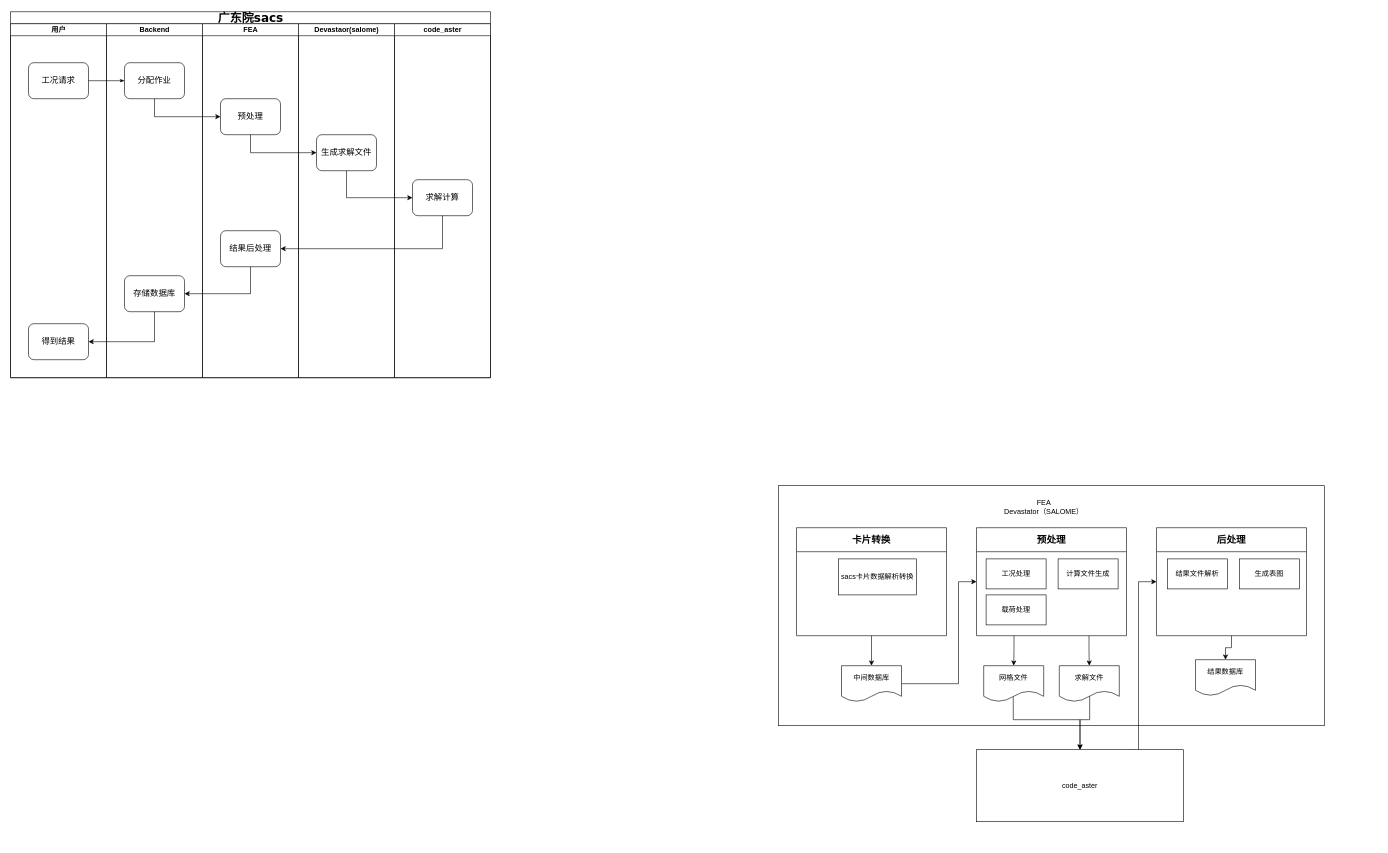
Harekaze-Misakiakeno/uml keeps this draw.io diagram as gdy_流程.drawio. Above is the earlier version. Source tidied: cells renumbered, new cells numbered last; positions are measured from the earlier drawing's top-left corner, leaving out a move shared by most shapes. Both pictures are drawn from the tidied source at 60%, with x=0, y=0 at pixel (10, 11).
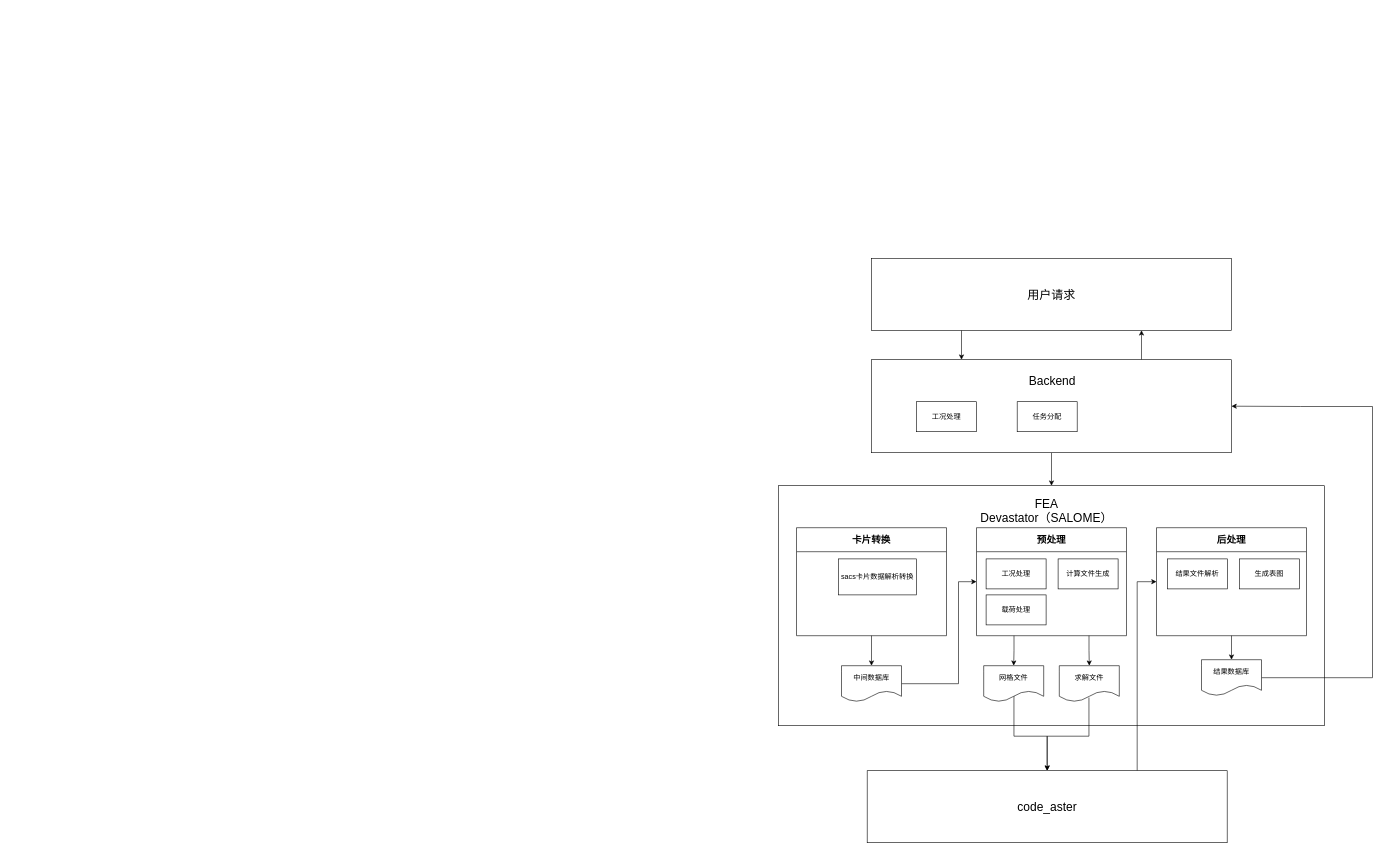
The same page after the edit.

The change refers to these unchanged cells:
```xml
<mxCell id="2" style="rounded=0;whiteSpace=wrap;html=1;" parent="1" vertex="1">
  <mxGeometry x="1280" y="790" width="910" height="400" as="geometry" />
</mxCell>
<mxCell id="33" value="后处理" style="swimlane;whiteSpace=wrap;html=1;startSize=40;fontSize=16;" parent="1" vertex="1">
  <mxGeometry x="1910" y="860" width="250" height="180" as="geometry" />
</mxCell>
<mxCell id="39" value="网格文件" style="shape=document;whiteSpace=wrap;html=1;boundedLbl=1;" parent="1" vertex="1">
  <mxGeometry x="1622" y="1090" width="100" height="60" as="geometry" />
</mxCell>
<mxCell id="41" value="求解文件" style="shape=document;whiteSpace=wrap;html=1;boundedLbl=1;" parent="1" vertex="1">
  <mxGeometry x="1748" y="1090" width="100" height="60" as="geometry" />
</mxCell>
```

What changed in the source:
```diff
@@
-    <mxCell id="3" value="&lt;font style=&quot;font-size: 20px;&quot;&gt;广东院sacs&lt;/font&gt;" style="swimlane;html=1;startSize=20;rounded=0;shadow=0;labelBackgroundColor=none;strokeWidth=1;fontFamily=Verdana;fontSize=8;align=center;" parent="1" vertex="1">
-      <mxGeometry width="800" height="610" as="geometry" />
-    </mxCell>
-    <mxCell id="4" value="用户" style="swimlane;html=1;startSize=20;" parent="3" vertex="1">
-      <mxGeometry y="20" width="160" height="590" as="geometry" />
-    </mxCell>
-    <mxCell id="5" value="工况请求" style="rounded=1;whiteSpace=wrap;html=1;shadow=0;labelBackgroundColor=none;strokeWidth=1;fontFamily=Verdana;fontSize=14;align=center;" parent="4" vertex="1">
-      <mxGeometry x="30" y="65" width="100" height="60" as="geometry" />
-    </mxCell>
-    <mxCell id="6" value="得到结果" style="rounded=1;whiteSpace=wrap;html=1;shadow=0;labelBackgroundColor=none;strokeWidth=1;fontFamily=Verdana;fontSize=14;align=center;" parent="4" vertex="1">
-      <mxGeometry x="30" y="500" width="100" height="60" as="geometry" />
-    </mxCell>
-    <mxCell id="7" style="edgeStyle=orthogonalEdgeStyle;rounded=1;html=1;labelBackgroundColor=none;startArrow=none;startFill=0;startSize=5;endArrow=classicThin;endFill=1;endSize=5;jettySize=auto;strokeWidth=1;fontFamily=Verdana;fontSize=14;" parent="3" edge="1" source="5" target="9">
-      <mxGeometry relative="1" as="geometry" />
-    </mxCell>
-    <mxCell id="8" value="Backend" style="swimlane;html=1;startSize=20;" parent="3" vertex="1">
-      <mxGeometry x="160" y="20" width="160" height="590" as="geometry" />
-    </mxCell>
-    <mxCell id="9" value="分配作业" style="rounded=1;whiteSpace=wrap;html=1;shadow=0;labelBackgroundColor=none;strokeWidth=1;fontFamily=Verdana;fontSize=14;align=center;" parent="8" vertex="1">
-      <mxGeometry x="30" y="65" width="100" height="60" as="geometry" />
-    </mxCell>
-    <mxCell id="10" value="存储数据库" style="rounded=1;whiteSpace=wrap;html=1;shadow=0;labelBackgroundColor=none;strokeWidth=1;fontFamily=Verdana;fontSize=14;align=center;" parent="8" vertex="1">
-      <mxGeometry x="30" y="420" width="100" height="60" as="geometry" />
-    </mxCell>
-    <mxCell id="11" value="FEA" style="swimlane;html=1;startSize=20;" parent="3" vertex="1">
-      <mxGeometry x="320" y="20" width="160" height="590" as="geometry" />
-    </mxCell>
-    <mxCell id="12" value="预处理" style="rounded=1;whiteSpace=wrap;html=1;shadow=0;labelBackgroundColor=none;strokeWidth=1;fontFamily=Verdana;fontSize=14;align=center;" parent="11" vertex="1">
-      <mxGeometry x="30" y="125" width="100" height="60" as="geometry" />
-    </mxCell>
-    <mxCell id="13" value="结果后处理" style="rounded=1;whiteSpace=wrap;html=1;shadow=0;labelBackgroundColor=none;strokeWidth=1;fontFamily=Verdana;fontSize=14;align=center;" parent="11" vertex="1">
-      <mxGeometry x="30" y="345" width="100" height="60" as="geometry" />
-    </mxCell>
-    <mxCell id="14" value="Devastaor(salome)" style="swimlane;html=1;startSize=20;" parent="3" vertex="1">
-      <mxGeometry x="480" y="20" width="160" height="590" as="geometry" />
-    </mxCell>
-    <mxCell id="15" value="生成求解文件" style="rounded=1;whiteSpace=wrap;html=1;shadow=0;labelBackgroundColor=none;strokeWidth=1;fontFamily=Verdana;fontSize=14;align=center;" parent="14" vertex="1">
-      <mxGeometry x="30" y="185" width="100" height="60" as="geometry" />
-    </mxCell>
-    <mxCell id="16" value="code_aster" style="swimlane;html=1;startSize=20;" parent="3" vertex="1">
-      <mxGeometry x="640" y="20" width="160" height="590" as="geometry" />
-    </mxCell>
-    <mxCell id="17" value="求解计算" style="rounded=1;whiteSpace=wrap;html=1;shadow=0;labelBackgroundColor=none;strokeWidth=1;fontFamily=Verdana;fontSize=14;align=center;" parent="16" vertex="1">
-      <mxGeometry x="30" y="260" width="100" height="60" as="geometry" />
-    </mxCell>
-    <mxCell id="18" style="edgeStyle=orthogonalEdgeStyle;rounded=0;jettySize=auto;html=1;entryX=0;entryY=0.5;entryDx=0;entryDy=0;exitX=0.5;exitY=1;exitDx=0;exitDy=0;startArrow=none;startFill=0;" parent="3" edge="1" source="9" target="12">
-      <mxGeometry relative="1" as="geometry" />
-    </mxCell>
-    <mxCell id="19" style="edgeStyle=orthogonalEdgeStyle;rounded=0;jettySize=auto;html=1;entryX=0;entryY=0.5;entryDx=0;entryDy=0;exitX=0.5;exitY=1;exitDx=0;exitDy=0;" parent="3" edge="1" source="12" target="15">
-      <mxGeometry relative="1" as="geometry" />
-    </mxCell>
-    <mxCell id="20" style="edgeStyle=orthogonalEdgeStyle;rounded=0;jettySize=auto;html=1;entryX=0;entryY=0.5;entryDx=0;entryDy=0;exitX=0.5;exitY=1;exitDx=0;exitDy=0;" parent="3" edge="1" source="15" target="17">
-      <mxGeometry relative="1" as="geometry" />
-    </mxCell>
-    <mxCell id="21" style="edgeStyle=orthogonalEdgeStyle;rounded=0;jettySize=auto;html=1;entryX=1;entryY=0.5;entryDx=0;entryDy=0;exitX=0.5;exitY=1;exitDx=0;exitDy=0;" parent="3" edge="1" source="17" target="13">
-      <mxGeometry relative="1" as="geometry" />
-    </mxCell>
-    <mxCell id="22" style="edgeStyle=orthogonalEdgeStyle;rounded=0;jettySize=auto;html=1;entryX=1;entryY=0.5;entryDx=0;entryDy=0;exitX=0.5;exitY=1;exitDx=0;exitDy=0;" parent="3" edge="1" source="13" target="10">
-      <mxGeometry relative="1" as="geometry" />
-    </mxCell>
-    <mxCell id="23" style="edgeStyle=orthogonalEdgeStyle;rounded=0;jettySize=auto;html=1;entryX=1;entryY=0.5;entryDx=0;entryDy=0;exitX=0.5;exitY=1;exitDx=0;exitDy=0;" parent="3" edge="1" source="10" target="6">
-      <mxGeometry relative="1" as="geometry" />
-    </mxCell>
@@
-    <mxCell id="38" style="edgeStyle=orthogonalEdgeStyle;rounded=0;jettySize=auto;html=1;entryX=0.5;entryY=0;entryDx=0;entryDy=0;exitX=0.493;exitY=0.842;exitDx=0;exitDy=0;exitPerimeter=0;" parent="1" edge="1" source="39" target="46">
-      <mxGeometry relative="1" as="geometry">
-        <Array as="points">
-          <mxPoint x="1671" y="1180" />
-          <mxPoint x="1782" y="1180" />
-        </Array>
-      </mxGeometry>
+    <mxCell id="38" style="edgeStyle=orthogonalEdgeStyle;rounded=0;jettySize=auto;html=1;entryX=0.5;entryY=0;entryDx=0;entryDy=0;exitX=0.504;exitY=0.837;exitDx=0;exitDy=0;exitPerimeter=0;" parent="1" edge="1" source="39" target="46">
+      <mxGeometry relative="1" as="geometry" />
     </mxCell>
@@
-    <mxCell id="40" style="edgeStyle=orthogonalEdgeStyle;rounded=0;jettySize=auto;html=1;entryX=0.5;entryY=0;entryDx=0;entryDy=0;exitX=0.506;exitY=0.828;exitDx=0;exitDy=0;exitPerimeter=0;" parent="1" edge="1" source="41" target="46">
-      <mxGeometry relative="1" as="geometry">
-        <Array as="points">
-          <mxPoint x="1799" y="1180" />
-          <mxPoint x="1782" y="1180" />
-        </Array>
-      </mxGeometry>
+    <mxCell id="40" style="edgeStyle=orthogonalEdgeStyle;rounded=0;jettySize=auto;html=1;entryX=0.5;entryY=0;entryDx=0;entryDy=0;exitX=0.494;exitY=0.885;exitDx=0;exitDy=0;exitPerimeter=0;" parent="1" edge="1" source="41" target="46">
+      <mxGeometry relative="1" as="geometry" />
     </mxCell>
@@
+    <mxCell id="47" style="edgeStyle=orthogonalEdgeStyle;rounded=0;jettySize=auto;html=1;entryX=1;entryY=0.5;entryDx=0;entryDy=0;" parent="1" edge="1" source="42" target="50">
+      <mxGeometry relative="1" as="geometry">
+        <Array as="points">
+          <mxPoint x="2270" y="1110" />
+          <mxPoint x="2270" y="658" />
+          <mxPoint x="2150" y="658" />
+        </Array>
+      </mxGeometry>
+    </mxCell>
     <mxCell id="42" value="结果数据库" style="shape=document;whiteSpace=wrap;html=1;boundedLbl=1;" parent="1" vertex="1">
-      <mxGeometry x="1975" y="1080" width="100" height="60" as="geometry" />
+      <mxGeometry x="1985" y="1080" width="100" height="60" as="geometry" />
     </mxCell>
@@
-    <mxCell id="44" value="FEA&lt;div&gt;Devastator（SALOME）&lt;/div&gt;" style="text;html=1;align=center;verticalAlign=middle;whiteSpace=wrap;rounded=0;" parent="1" vertex="1">
-      <mxGeometry x="1580" y="800" width="285" height="50" as="geometry" />
+    <mxCell id="44" value="FEA&lt;div&gt;Devastator（SALOME）&lt;/div&gt;" style="text;html=1;align=center;verticalAlign=middle;whiteSpace=wrap;rounded=0;labelBorderColor=none;fontSize=20;strokeColor=none;" parent="1" vertex="1">
+      <mxGeometry x="1501.5" y="796" width="450" height="70" as="geometry" />
     </mxCell>
-    <mxCell id="45" style="edgeStyle=orthogonalEdgeStyle;rounded=0;jettySize=auto;html=1;exitX=0.75;exitY=0;exitDx=0;exitDy=0;entryX=0;entryY=0.5;entryDx=0;entryDy=0;" parent="1" edge="1" source="46" target="33">
+    <mxCell id="45" style="edgeStyle=orthogonalEdgeStyle;rounded=0;jettySize=auto;html=1;entryX=0;entryY=0.5;entryDx=0;entryDy=0;exitX=0.75;exitY=0;exitDx=0;exitDy=0;" parent="1" edge="1" source="46" target="33">
       <mxGeometry relative="1" as="geometry">
         <Array as="points">
-          <mxPoint x="1880" y="1240" />
-          <mxPoint x="1880" y="950" />
+          <mxPoint x="1878" y="950" />
         </Array>
       </mxGeometry>
     </mxCell>
-    <mxCell id="46" value="code_aster" style="rounded=0;whiteSpace=wrap;html=1;" parent="1" vertex="1">
-      <mxGeometry x="1610" y="1230" width="345" height="120" as="geometry" />
+    <mxCell id="46" value="code_aster" style="rounded=0;whiteSpace=wrap;html=1;labelBorderColor=none;fontSize=20;" parent="1" vertex="1">
+      <mxGeometry x="1427.8" y="1265" width="600" height="120" as="geometry" />
     </mxCell>
+    <mxCell id="48" style="edgeStyle=orthogonalEdgeStyle;rounded=0;jettySize=auto;html=1;entryX=0.5;entryY=0;entryDx=0;entryDy=0;" parent="1" edge="1" source="50" target="2">
+      <mxGeometry relative="1" as="geometry" />
+    </mxCell>
+    <mxCell id="49" style="edgeStyle=orthogonalEdgeStyle;rounded=0;jettySize=auto;html=1;exitX=0.75;exitY=0;exitDx=0;exitDy=0;entryX=0.75;entryY=1;entryDx=0;entryDy=0;" parent="1" edge="1" source="50" target="52">
+      <mxGeometry relative="1" as="geometry" />
+    </mxCell>
+    <mxCell id="50" style="rounded=0;whiteSpace=wrap;html=1;labelBorderColor=none;fontSize=20;" parent="1" vertex="1">
+      <mxGeometry x="1435" y="580" width="600" height="155" as="geometry" />
+    </mxCell>
+    <mxCell id="51" style="edgeStyle=orthogonalEdgeStyle;rounded=0;jettySize=auto;html=1;exitX=0.25;exitY=1;exitDx=0;exitDy=0;entryX=0.25;entryY=0;entryDx=0;entryDy=0;" parent="1" edge="1" source="52" target="50">
+      <mxGeometry relative="1" as="geometry" />
+    </mxCell>
+    <mxCell id="52" value="用户请求" style="rounded=0;whiteSpace=wrap;html=1;labelBorderColor=none;fontSize=20;" parent="1" vertex="1">
+      <mxGeometry x="1435" y="411" width="600" height="120" as="geometry" />
+    </mxCell>
+    <mxCell id="8" value="Backend" style="text;html=1;align=center;verticalAlign=middle;whiteSpace=wrap;rounded=0;labelBorderColor=none;fontSize=20;strokeColor=none;" parent="1" vertex="1">
+      <mxGeometry x="1561.5" y="590" width="348.5" height="50" as="geometry" />
+    </mxCell>
+    <mxCell id="53" value="工况处理" style="rounded=0;whiteSpace=wrap;html=1;flipV=0;flipH=1;" parent="1" vertex="1">
+      <mxGeometry x="1510" y="650" width="100" height="50" as="geometry" />
+    </mxCell>
+    <mxCell id="54" value="任务分配" style="rounded=0;whiteSpace=wrap;html=1;flipV=0;flipH=1;" parent="1" vertex="1">
+      <mxGeometry x="1677.8" y="650" width="100" height="50" as="geometry" />
+    </mxCell>
```
